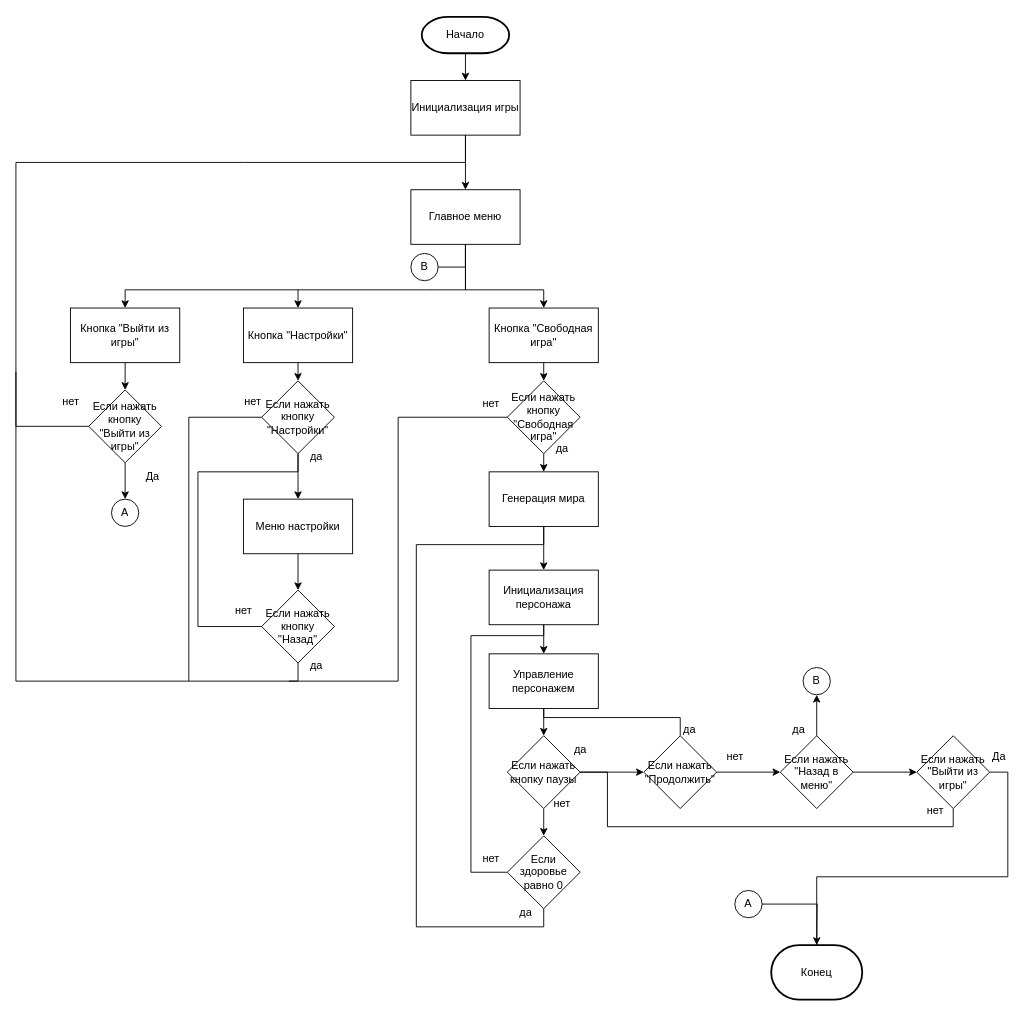
Above: Блок-схема.drawio in BatCatRus/Spelled_Blood (draw.io), before the change. Source tidied: cells renumbered, new cells numbered last; positions are measured from the earlier drawing's top-left corner, leaving out a move shared by most shapes. Both pictures are drawn from the tidied source at 91%, with x=0, y=0 at pixel (15, 16).
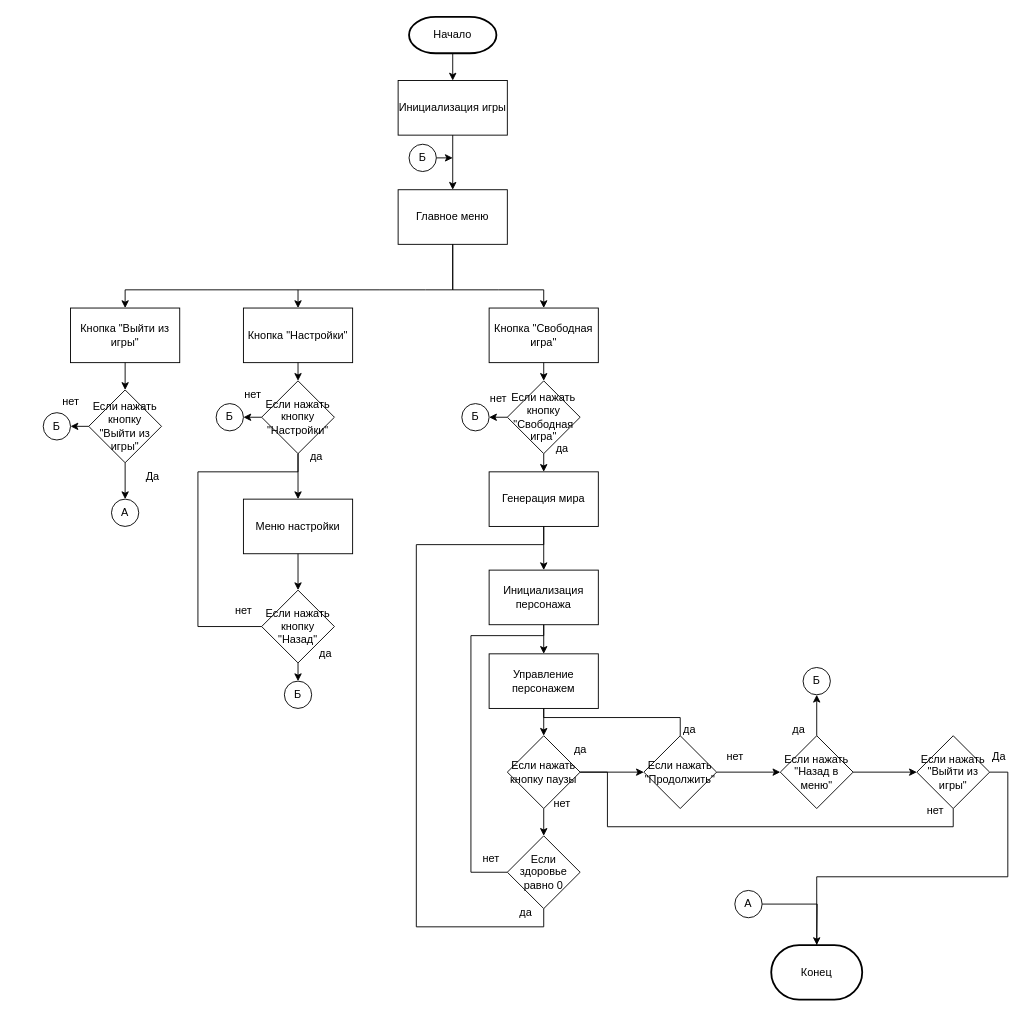
After the change.

The change refers to these unchanged cells:
```xml
<mxCell id="7" value="Кнопка &quot;Настройки&quot;" style="rounded=0;whiteSpace=wrap;html=1;" parent="1" vertex="1">
  <mxGeometry x="250" y="320" width="120" height="60" as="geometry" />
</mxCell>
<mxCell id="8" value="Кнопка &quot;Свободная игра&quot;" style="rounded=0;whiteSpace=wrap;html=1;" parent="1" vertex="1">
  <mxGeometry x="520" y="320" width="120" height="60" as="geometry" />
</mxCell>
<mxCell id="13" value="Если нажать кнопку &quot;Выйти из игры&quot;" style="rhombus;whiteSpace=wrap;html=1;" parent="1" vertex="1">
  <mxGeometry x="80" y="410" width="80" height="80" as="geometry" />
</mxCell>
<mxCell id="20" value="Если нажать кнопку &quot;Настройки&quot;" style="rhombus;whiteSpace=wrap;html=1;" parent="1" vertex="1">
  <mxGeometry x="270" y="400" width="80" height="80" as="geometry" />
</mxCell>
<mxCell id="23" value="Если нажать кнопку &quot;Назад&quot;" style="rhombus;whiteSpace=wrap;html=1;" parent="1" vertex="1">
  <mxGeometry x="270" y="630" width="80" height="80" as="geometry" />
</mxCell>
<mxCell id="36" value="Если нажать кнопку &quot;Свободная игра&quot;" style="rhombus;whiteSpace=wrap;html=1;" parent="1" vertex="1">
  <mxGeometry x="540" y="400" width="80" height="80" as="geometry" />
</mxCell>
```

The edit, as a diff of the source:
```diff
@@
     <mxCell id="2" value="Начало" style="strokeWidth=2;html=1;shape=mxgraph.flowchart.terminator;whiteSpace=wrap;" parent="1" vertex="1">
-      <mxGeometry x="446" width="96" height="40" as="geometry" />
+      <mxGeometry x="432" width="96" height="40" as="geometry" />
     </mxCell>
@@
     <mxCell id="4" value="Инициализация игры" style="rounded=0;whiteSpace=wrap;html=1;" parent="1" vertex="1">
-      <mxGeometry x="434" y="70" width="120" height="60" as="geometry" />
+      <mxGeometry x="420" y="70" width="120" height="60" as="geometry" />
     </mxCell>
     <mxCell id="5" value="Главное меню" style="rounded=0;whiteSpace=wrap;html=1;" parent="1" vertex="1">
-      <mxGeometry x="434" y="190" width="120" height="60" as="geometry" />
+      <mxGeometry x="420" y="190" width="120" height="60" as="geometry" />
     </mxCell>
@@
     <mxCell id="10" style="endArrow=classic;html=1;rounded=0;entryX=0.5;entryY=0;entryDx=0;entryDy=0;exitX=0.5;exitY=1;exitDx=0;exitDy=0;" parent="1" edge="1" source="5" target="8">
       <mxGeometry relative="1" as="geometry">
         <Array as="points">
-          <mxPoint x="494" y="300" />
+          <mxPoint x="480" y="300" />
           <mxPoint x="530" y="300" />
           <mxPoint x="580" y="300" />
         </Array>
       </mxGeometry>
     </mxCell>
     <mxCell id="11" style="endArrow=classic;html=1;rounded=0;entryX=0.5;entryY=0;entryDx=0;entryDy=0;startSize=5;exitX=0.5;exitY=1;exitDx=0;exitDy=0;" parent="1" edge="1" source="5" target="7">
       <mxGeometry relative="1" as="geometry">
         <Array as="points">
-          <mxPoint x="494" y="300" />
+          <mxPoint x="480" y="300" />
           <mxPoint x="450" y="300" />
           <mxPoint x="400" y="300" />
           <mxPoint x="310" y="300" />
         </Array>
       </mxGeometry>
     </mxCell>
@@
+    <mxCell id="75" style="edgeStyle=orthogonalEdgeStyle;rounded=0;jettySize=auto;html=1;exitX=0;exitY=0.5;exitDx=0;exitDy=0;entryX=1;entryY=0.5;entryDx=0;entryDy=0;" parent="1" edge="1" source="13" target="83">
+      <mxGeometry relative="1" as="geometry" />
+    </mxCell>
@@
-    <mxCell id="15" style="endArrow=none;html=1;rounded=0;exitX=0;exitY=0.5;exitDx=0;exitDy=0;entryX=0.5;entryY=1;entryDx=0;entryDy=0;endFill=0;" parent="1" edge="1" source="13" target="4">
-      <mxGeometry relative="1" as="geometry">
-        <Array as="points">
-          <mxPoint y="450" />
-          <mxPoint y="160" />
-          <mxPoint x="250" y="160" />
-          <mxPoint x="494" y="160" />
-        </Array>
-      </mxGeometry>
-    </mxCell>
@@
+    <mxCell id="76" style="edgeStyle=orthogonalEdgeStyle;rounded=0;jettySize=auto;html=1;exitX=0;exitY=0.5;exitDx=0;exitDy=0;entryX=1;entryY=0.5;entryDx=0;entryDy=0;" parent="1" edge="1" source="20" target="81">
+      <mxGeometry relative="1" as="geometry" />
+    </mxCell>
@@
+    <mxCell id="77" style="edgeStyle=orthogonalEdgeStyle;rounded=0;jettySize=auto;html=1;exitX=0.5;exitY=1;exitDx=0;exitDy=0;entryX=0.5;entryY=0;entryDx=0;entryDy=0;" parent="1" edge="1" source="23" target="84">
+      <mxGeometry relative="1" as="geometry" />
+    </mxCell>
@@
-    <mxCell id="25" style="endArrow=none;html=1;rounded=0;exitX=0.5;exitY=1;exitDx=0;exitDy=0;endFill=0;" parent="1" edge="1" source="23">
-      <mxGeometry relative="1" as="geometry">
-        <mxPoint y="390" as="targetPoint" />
-        <Array as="points">
-          <mxPoint x="310" y="730" />
-          <mxPoint y="730" />
-        </Array>
-      </mxGeometry>
-    </mxCell>
@@
-    <mxCell id="29" style="endArrow=none;html=1;rounded=0;exitX=0;exitY=0.5;exitDx=0;exitDy=0;endFill=0;" parent="1" edge="1" source="20">
-      <mxGeometry relative="1" as="geometry">
-        <mxPoint x="190" y="730" as="targetPoint" />
-        <Array as="points">
-          <mxPoint x="190" y="440" />
-        </Array>
-      </mxGeometry>
-    </mxCell>
     <mxCell id="30" value="нет" style="text;html=1;align=center;verticalAlign=middle;strokeColor=none;fillColor=none;" parent="1" vertex="1">
-      <mxGeometry x="240" y="408" width="40" height="30" as="geometry" />
+      <mxGeometry x="240" y="400" width="40" height="30" as="geometry" />
     </mxCell>
@@
     <mxCell id="33" value="да" style="text;html=1;align=center;verticalAlign=middle;strokeColor=none;fillColor=none;" parent="1" vertex="1">
-      <mxGeometry x="310" y="698" width="40" height="30" as="geometry" />
+      <mxGeometry x="320" y="685" width="40" height="30" as="geometry" />
     </mxCell>
-    <mxCell id="34" style="edgeStyle=orthogonalEdgeStyle;rounded=0;jettySize=auto;html=1;exitX=0;exitY=0.5;exitDx=0;exitDy=0;endArrow=none;endFill=0;" parent="1" edge="1" source="36">
-      <mxGeometry relative="1" as="geometry">
-        <mxPoint x="300" y="730" as="targetPoint" />
-        <Array as="points">
-          <mxPoint x="420" y="440" />
-          <mxPoint x="420" y="730" />
-        </Array>
-      </mxGeometry>
-    </mxCell>
@@
+    <mxCell id="78" style="edgeStyle=orthogonalEdgeStyle;rounded=0;jettySize=auto;html=1;exitX=0;exitY=0.5;exitDx=0;exitDy=0;entryX=1;entryY=0.5;entryDx=0;entryDy=0;" parent="1" edge="1" source="36" target="82">
+      <mxGeometry relative="1" as="geometry" />
+    </mxCell>
@@
     <mxCell id="38" value="нет" style="text;html=1;align=center;verticalAlign=middle;strokeColor=none;fillColor=none;" parent="1" vertex="1">
-      <mxGeometry x="502" y="410" width="40" height="30" as="geometry" />
+      <mxGeometry x="510" y="405" width="40" height="30" as="geometry" />
     </mxCell>
@@
-    <mxCell id="65" value="В" style="ellipse;whiteSpace=wrap;html=1;" parent="1" vertex="1">
+    <mxCell id="65" value="Б" style="ellipse;whiteSpace=wrap;html=1;" parent="1" vertex="1">
       <mxGeometry x="865" y="715" width="30" height="30" as="geometry" />
     </mxCell>
@@
-    <mxCell id="71" style="edgeStyle=orthogonalEdgeStyle;rounded=0;jettySize=auto;html=1;exitX=1;exitY=0.5;exitDx=0;exitDy=0;entryX=0.5;entryY=1;entryDx=0;entryDy=0;endArrow=none;endFill=0;" parent="1" edge="1" source="72" target="5">
-      <mxGeometry relative="1" as="geometry" />
-    </mxCell>
-    <mxCell id="72" value="В" style="ellipse;whiteSpace=wrap;html=1;" parent="1" vertex="1">
-      <mxGeometry x="434" y="260" width="30" height="30" as="geometry" />
-    </mxCell>
@@
+    <mxCell id="79" style="edgeStyle=orthogonalEdgeStyle;rounded=0;jettySize=auto;html=1;exitX=1;exitY=0.5;exitDx=0;exitDy=0;" parent="1" edge="1" source="80">
+      <mxGeometry relative="1" as="geometry">
+        <mxPoint x="480" y="155.2" as="targetPoint" />
+      </mxGeometry>
+    </mxCell>
+    <mxCell id="80" value="Б" style="ellipse;whiteSpace=wrap;html=1;" parent="1" vertex="1">
+      <mxGeometry x="432" y="140" width="30" height="30" as="geometry" />
+    </mxCell>
+    <mxCell id="81" value="Б" style="ellipse;whiteSpace=wrap;html=1;" parent="1" vertex="1">
+      <mxGeometry x="220" y="425" width="30" height="30" as="geometry" />
+    </mxCell>
+    <mxCell id="82" value="Б" style="ellipse;whiteSpace=wrap;html=1;" parent="1" vertex="1">
+      <mxGeometry x="490" y="425" width="30" height="30" as="geometry" />
+    </mxCell>
+    <mxCell id="83" value="Б" style="ellipse;whiteSpace=wrap;html=1;" parent="1" vertex="1">
+      <mxGeometry x="30" y="435" width="30" height="30" as="geometry" />
+    </mxCell>
+    <mxCell id="84" value="Б" style="ellipse;whiteSpace=wrap;html=1;" parent="1" vertex="1">
+      <mxGeometry x="295" y="730" width="30" height="30" as="geometry" />
+    </mxCell>
```
